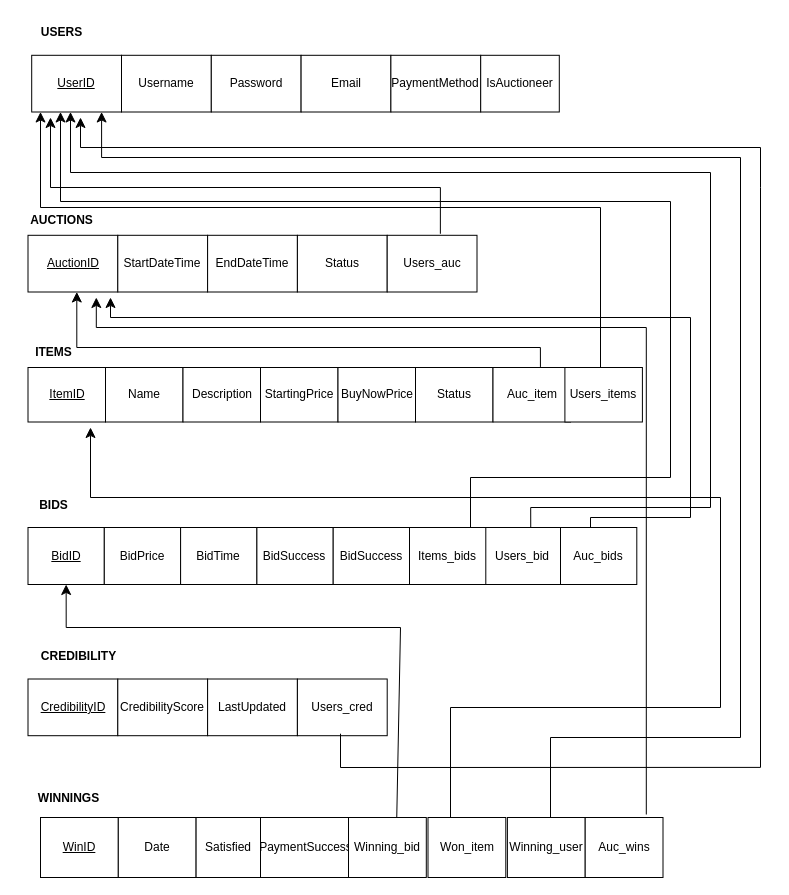
NickYaoo/DatabaseManagementProject keeps this draw.io diagram as Relational Schema.drawio. Above is the earlier version. Source tidied: cells renumbered, new cells numbered last; positions are measured from the earlier drawing's top-left corner, leaving out a move shared by most shapes. Both pictures are drawn from the tidied source at 100%, with x=0, y=0 at pixel (16, 17).
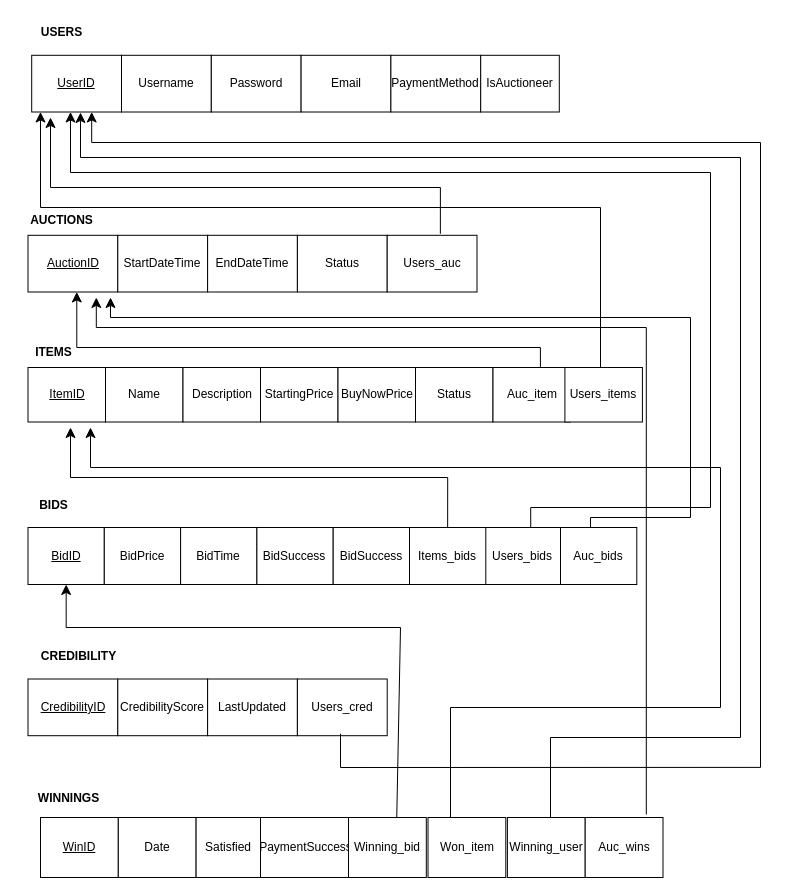
The same diagram, later.

The change refers to these unchanged cells:
```xml
<mxCell id="48" value="Won_item" style="rounded=0;whiteSpace=wrap;html=1;" parent="1" vertex="1">
  <mxGeometry x="411.5" y="800" width="77.8" height="60" as="geometry" />
</mxCell>
<mxCell id="49" value="Winning_user" style="rounded=0;whiteSpace=wrap;html=1;" parent="1" vertex="1">
  <mxGeometry x="490.9" y="800" width="77.8" height="60" as="geometry" />
</mxCell>
<mxCell id="60" value="Items_bids" style="rounded=0;whiteSpace=wrap;html=1;" parent="1" vertex="1">
  <mxGeometry x="393" y="510" width="76.3" height="57" as="geometry" />
</mxCell>
```

The edit, as a diff of the source:
```diff
@@
     <mxCell id="24" style="edgeStyle=segmentEdgeStyle;endArrow=classic;html=1;curved=0;rounded=0;endSize=8;startSize=8;" parent="1" edge="1">
       <mxGeometry relative="1" as="geometry">
-        <mxPoint x="744" y="169.9" as="sourcePoint" />
-        <mxPoint x="64" y="100" as="targetPoint" />
+        <mxPoint x="744" y="164" as="sourcePoint" />
+        <mxPoint x="75.2" y="94.5" as="targetPoint" />
         <Array as="points">
-          <mxPoint x="744" y="130" />
-          <mxPoint x="64" y="130" />
+          <mxPoint x="744" y="164" />
+          <mxPoint x="744" y="125" />
+          <mxPoint x="75" y="125" />
         </Array>
       </mxGeometry>
     </mxCell>
     <mxCell id="25" style="endArrow=none;html=1;rounded=0;" parent="1" edge="1">
       <mxGeometry relative="1" as="geometry">
         <mxPoint x="744" y="749.9" as="sourcePoint" />
-        <mxPoint x="744" y="169.9" as="targetPoint" />
+        <mxPoint x="744" y="160" as="targetPoint" />
       </mxGeometry>
     </mxCell>
@@
-    <mxCell id="42" style="edgeStyle=segmentEdgeStyle;endArrow=classic;html=1;curved=0;rounded=0;endSize=8;startSize=8;" parent="1" edge="1">
-      <mxGeometry relative="1" as="geometry">
-        <mxPoint x="454" y="510" as="sourcePoint" />
-        <mxPoint x="44" y="94.5" as="targetPoint" />
-        <Array as="points">
-          <mxPoint x="454" y="460" />
-          <mxPoint x="654" y="460" />
-          <mxPoint x="654" y="184" />
-          <mxPoint x="44" y="184" />
-        </Array>
-      </mxGeometry>
-    </mxCell>
@@
     <mxCell id="51" style="edgeStyle=segmentEdgeStyle;endArrow=classic;html=1;curved=0;rounded=0;endSize=8;startSize=8;" parent="1" edge="1" source="48">
       <mxGeometry relative="1" as="geometry">
         <mxPoint x="74" y="410" as="targetPoint" />
         <Array as="points">
           <mxPoint x="434" y="690" />
           <mxPoint x="704" y="690" />
-          <mxPoint x="704" y="480" />
-          <mxPoint x="74" y="480" />
+          <mxPoint x="704" y="450" />
+          <mxPoint x="74" y="450" />
         </Array>
       </mxGeometry>
     </mxCell>
@@
     <mxCell id="53" style="edgeStyle=segmentEdgeStyle;endArrow=classic;html=1;curved=0;rounded=0;endSize=8;startSize=8;exitX=0.5;exitY=0;exitDx=0;exitDy=0;" parent="1" edge="1" source="49">
       <mxGeometry relative="1" as="geometry">
-        <mxPoint x="85.1" y="94.5" as="targetPoint" />
+        <mxPoint x="64" y="95" as="targetPoint" />
         <Array as="points">
           <mxPoint x="534" y="800" />
           <mxPoint x="534" y="720" />
           <mxPoint x="724" y="720" />
           <mxPoint x="724" y="140" />
-          <mxPoint x="85" y="140" />
+          <mxPoint x="64" y="140" />
+          <mxPoint x="64" y="95" />
         </Array>
       </mxGeometry>
     </mxCell>
@@
-    <mxCell id="58" value="Users_bid" style="rounded=0;whiteSpace=wrap;html=1;" parent="1" vertex="1">
+    <mxCell id="58" value="Users_bids" style="rounded=0;whiteSpace=wrap;html=1;" parent="1" vertex="1">
       <mxGeometry x="467.7" y="510" width="76.3" height="57" as="geometry" />
     </mxCell>
@@
+    <mxCell id="63" style="edgeStyle=segmentEdgeStyle;endArrow=classic;html=1;curved=0;rounded=0;endSize=8;startSize=8;exitX=0.5;exitY=0;exitDx=0;exitDy=0;" parent="1" edge="1" source="60">
+      <mxGeometry relative="1" as="geometry">
+        <mxPoint x="54" y="410" as="targetPoint" />
+        <Array as="points">
+          <mxPoint x="431" y="460" />
+          <mxPoint x="54" y="460" />
+        </Array>
+      </mxGeometry>
+    </mxCell>
```
